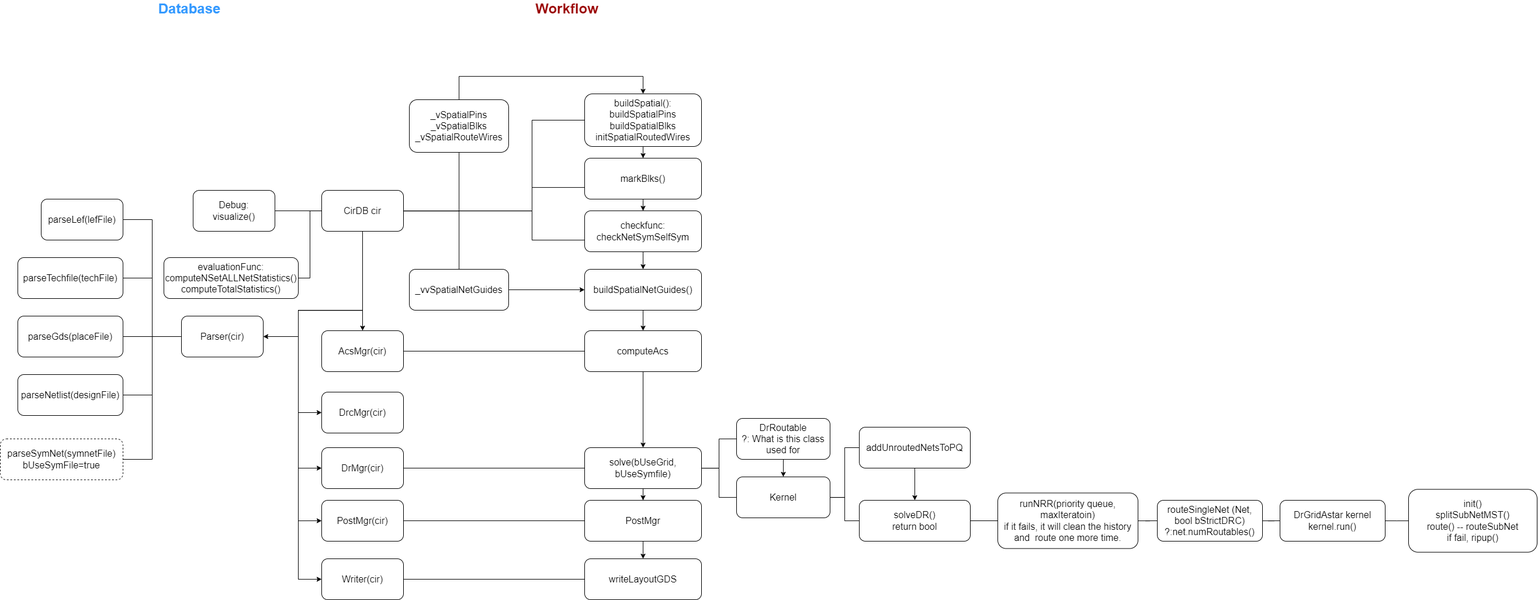
Above: anaroute.drawio.png in ajiann/drawio (draw.io), before the change. Source tidied: cells renumbered, new cells last; positions are measured from the earlier drawing's top-left corner, leaving out a move shared by most shapes.
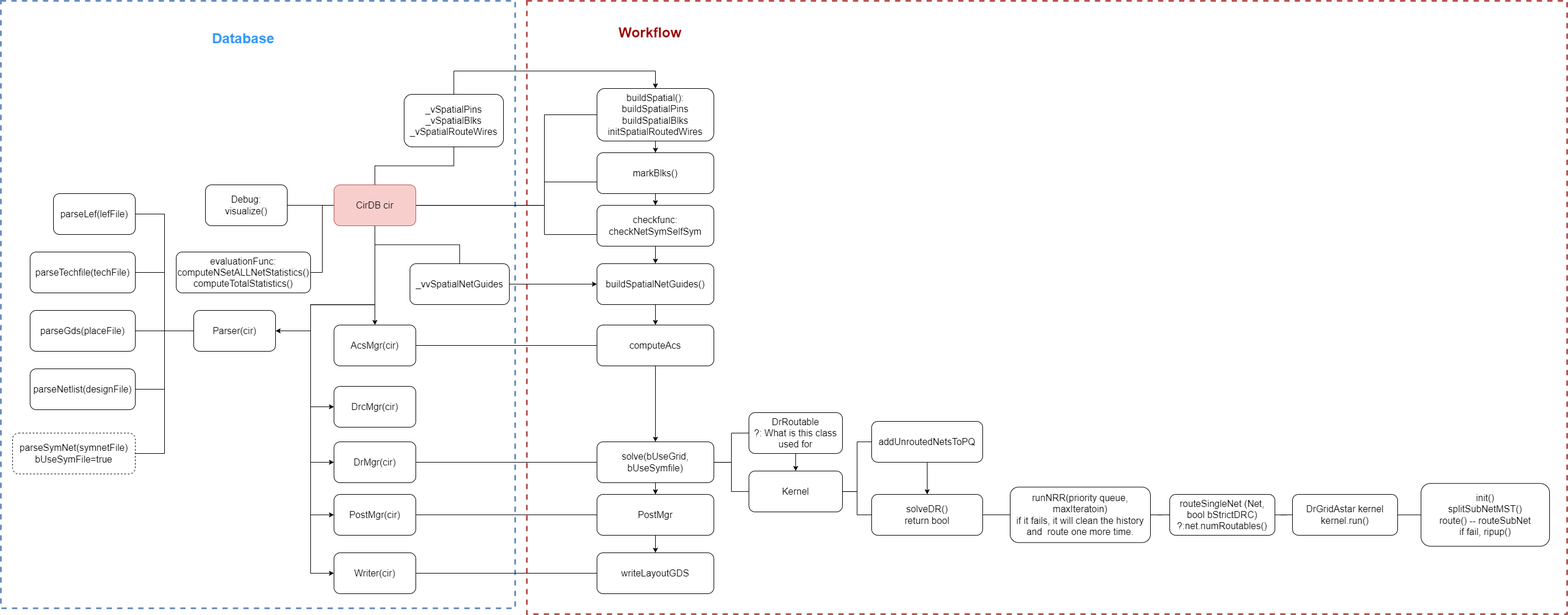
The same diagram one commit later.

The edit, as a diff of the source:
```diff
@@ -2,6 +2,12 @@
   <root>
     <mxCell id="0" />
     <mxCell id="1" parent="0" />
+    <mxCell id="77" style="rounded=0;whiteSpace=wrap;html=1;strokeColor=#b85450;align=center;verticalAlign=middle;fontFamily=Helvetica;fontSize=12;fillColor=none;strokeWidth=3;dashed=1;" parent="1" vertex="1">
+      <mxGeometry x="880" y="10" width="1780" height="1050" as="geometry" />
+    </mxCell>
+    <mxCell id="78" style="rounded=0;whiteSpace=wrap;html=1;strokeColor=#6c8ebf;align=center;verticalAlign=middle;fontFamily=Helvetica;fontSize=12;fillColor=none;strokeWidth=3;dashed=1;" parent="1" vertex="1">
+      <mxGeometry x="-20" y="10" width="880" height="1040" as="geometry" />
+    </mxCell>
     <mxCell id="2" style="edgeStyle=orthogonalEdgeStyle;rounded=0;jettySize=auto;html=1;entryX=1;entryY=0.5;entryDx=0;entryDy=0;endArrow=none;endFill=0;" parent="1" edge="1" source="15" target="29">
       <mxGeometry relative="1" as="geometry" />
     </mxCell>
@@ -86,7 +92,7 @@
     <mxCell id="14" style="edgeStyle=orthogonalEdgeStyle;rounded=0;jettySize=auto;html=1;fontFamily=Helvetica;fontSize=12;fontColor=default;endArrow=none;endFill=0;" parent="1" edge="1" source="15" target="54">
       <mxGeometry relative="1" as="geometry" />
     </mxCell>
-    <mxCell id="15" value="&lt;font style=&quot;font-size: 16px;&quot;&gt;CirDB cir&lt;/font&gt;" style="rounded=1;whiteSpace=wrap;html=1;" parent="1" vertex="1">
+    <mxCell id="15" value="&lt;font style=&quot;font-size: 16px;&quot;&gt;CirDB cir&lt;/font&gt;" style="rounded=1;whiteSpace=wrap;html=1;fillColor=#f8cecc;strokeColor=#b85450;" parent="1" vertex="1">
       <mxGeometry x="550" y="325" width="140" height="70" as="geometry" />
     </mxCell>
     <mxCell id="16" style="edgeStyle=orthogonalEdgeStyle;rounded=0;jettySize=auto;html=1;entryX=0.5;entryY=0;entryDx=0;entryDy=0;" parent="1" edge="1" source="17" target="19">
@@ -195,27 +201,27 @@
       <mxGeometry y="750" width="210" height="70" as="geometry" />
     </mxCell>
     <mxCell id="51" value="&lt;font color=&quot;#3399ff&quot; style=&quot;font-size: 24px;&quot;&gt;&lt;b style=&quot;font-size: 24px;&quot;&gt;Database&lt;/b&gt;&lt;/font&gt;" style="text;html=1;align=center;verticalAlign=middle;whiteSpace=wrap;rounded=0;fontSize=24;" parent="1" vertex="1">
-      <mxGeometry x="294" width="60" height="30" as="geometry" />
+      <mxGeometry x="365" y="60" width="60" height="30" as="geometry" />
     </mxCell>
     <mxCell id="52" value="&lt;font color=&quot;#990000&quot; style=&quot;font-size: 24px;&quot;&gt;&lt;b style=&quot;font-size: 24px;&quot;&gt;Workflow&lt;/b&gt;&lt;/font&gt;" style="text;html=1;align=center;verticalAlign=middle;whiteSpace=wrap;rounded=0;fontSize=24;" parent="1" vertex="1">
-      <mxGeometry x="940" width="60" height="30" as="geometry" />
+      <mxGeometry x="1061" y="50" width="60" height="30" as="geometry" />
     </mxCell>
     <mxCell id="53" style="edgeStyle=orthogonalEdgeStyle;rounded=0;jettySize=auto;html=1;entryX=0.5;entryY=0;entryDx=0;entryDy=0;fontFamily=Helvetica;fontSize=12;fontColor=default;" parent="1" edge="1" source="54" target="17">
       <mxGeometry relative="1" as="geometry">
         <Array as="points">
-          <mxPoint x="785" y="130" />
+          <mxPoint x="755" y="130" />
           <mxPoint x="1100" y="130" />
         </Array>
       </mxGeometry>
     </mxCell>
     <mxCell id="54" value="_vSpatialPins&lt;div style=&quot;font-size: 16px;&quot;&gt;_vSpatialBlks&lt;/div&gt;&lt;div style=&quot;font-size: 16px;&quot;&gt;_vSpatialRouteWires&lt;/div&gt;" style="rounded=1;whiteSpace=wrap;html=1;fontSize=16;" parent="1" vertex="1">
-      <mxGeometry x="700" y="170" width="170" height="90" as="geometry" />
+      <mxGeometry x="670" y="170" width="170" height="90" as="geometry" />
     </mxCell>
     <mxCell id="55" style="edgeStyle=orthogonalEdgeStyle;rounded=0;jettySize=auto;html=1;entryX=0;entryY=0.5;entryDx=0;entryDy=0;" parent="1" edge="1" source="56" target="24">
       <mxGeometry relative="1" as="geometry" />
     </mxCell>
     <mxCell id="56" value="_vvSpatialNetGuides" style="rounded=1;whiteSpace=wrap;html=1;fontSize=16;" parent="1" vertex="1">
-      <mxGeometry x="700" y="460" width="170" height="70" as="geometry" />
+      <mxGeometry x="680" y="460" width="170" height="70" as="geometry" />
     </mxCell>
     <mxCell id="57" style="edgeStyle=orthogonalEdgeStyle;rounded=0;jettySize=auto;html=1;fontFamily=Helvetica;fontSize=12;fontColor=default;" parent="1" edge="1" source="58" target="61">
       <mxGeometry relative="1" as="geometry" />
```
